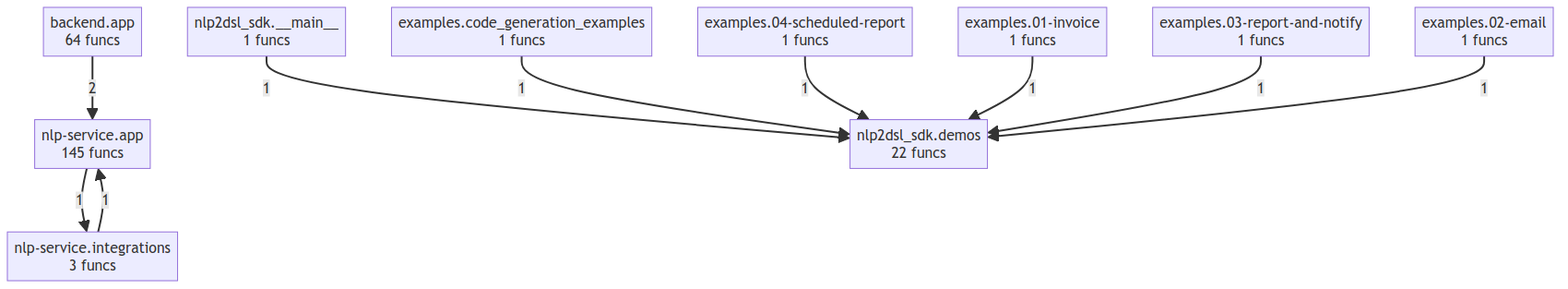
Above: project/compact_flow.png in semcod/nlp2dsl (Mermaid), before the change. Its source is kept beside it as project/compact_flow.mmd.
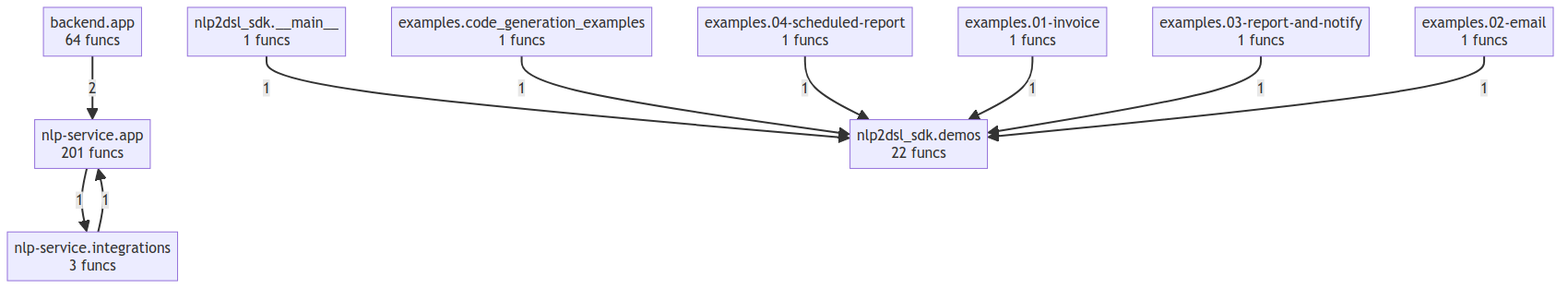
After the change.

Diff of the diagram source:
```diff
@@ -5,7 +5,7 @@
     examples__03_report_and_notify["examples.03-report-and-notify<br/>1 funcs"]
     examples__04_scheduled_report["examples.04-scheduled-report<br/>1 funcs"]
     examples__code_generation_examples["examples.code_generation_examples<br/>1 funcs"]
-    nlp_service__app["nlp-service.app<br/>145 funcs"]
+    nlp_service__app["nlp-service.app<br/>201 funcs"]
     nlp_service__integrations["nlp-service.integrations<br/>3 funcs"]
     nlp2dsl_sdk____main__["nlp2dsl_sdk.__main__<br/>1 funcs"]
     nlp2dsl_sdk__demos["nlp2dsl_sdk.demos<br/>22 funcs"]
```
